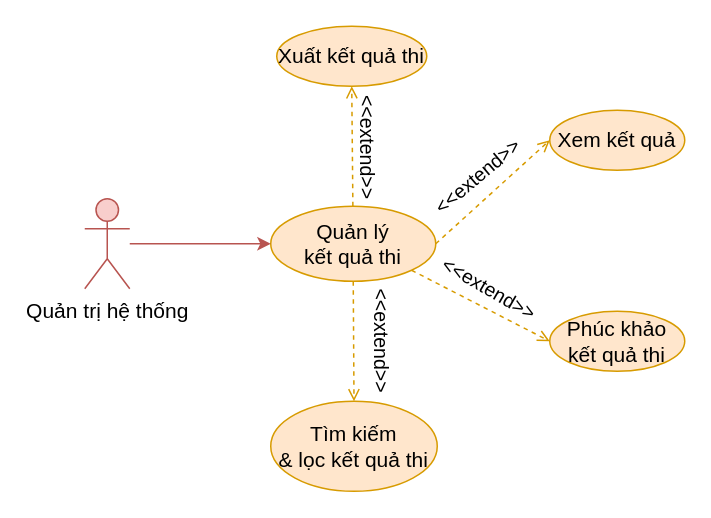
Before: document/temp/draw/usecase_phanra/usecase_quanlyketquathi.drawio in copecute/Edudex-Quiz, a draw.io diagram. Source tidied: cells renumbered, new cells numbered last; positions are measured from the earlier drawing's top-left corner, leaving out a move shared by most shapes. Both pictures are drawn from the tidied source at 150%, with x=0, y=0 at pixel (84, 26).
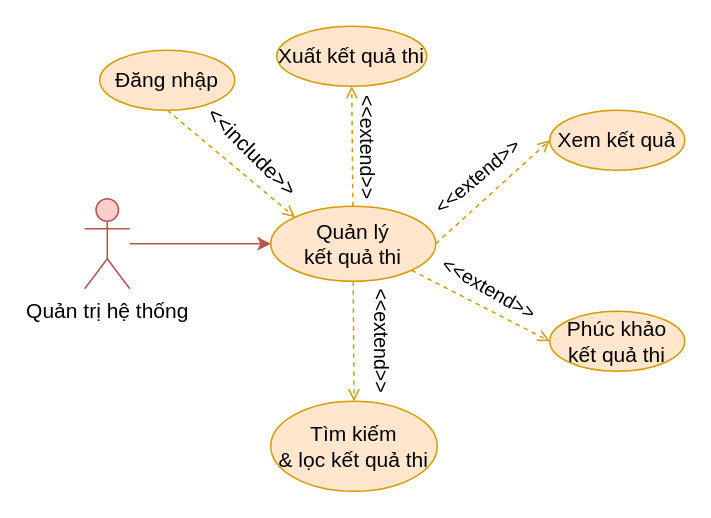
The same diagram, later.

The change refers to these unchanged cells:
```xml
<mxCell id="5" value="Quản lý&lt;br style=&quot;font-size: 14px;&quot;&gt;kết quả thi" style="ellipse;whiteSpace=wrap;html=1;fillColor=#ffe6cc;strokeColor=#d79b00;fontSize=14;" parent="1" vertex="1">
  <mxGeometry x="124" y="120" width="110" height="50" as="geometry" />
</mxCell>
```

Diff of the diagram source:
```diff
@@
+    <mxCell id="17" style="rounded=0;jettySize=auto;html=1;exitX=0.5;exitY=1;exitDx=0;exitDy=0;entryX=0;entryY=0;entryDx=0;entryDy=0;fillColor=#ffe6cc;strokeColor=#d79b00;endArrow=open;endFill=0;dashed=1;" parent="1" edge="1" source="18" target="5">
+      <mxGeometry relative="1" as="geometry" />
+    </mxCell>
+    <mxCell id="18" value="Đăng nhập" style="ellipse;whiteSpace=wrap;html=1;fillColor=#ffe6cc;strokeColor=#d79b00;fontSize=14;" parent="1" vertex="1">
+      <mxGeometry x="10" y="16" width="90" height="40" as="geometry" />
+    </mxCell>
+    <mxCell id="19" value="&lt;font&gt;&amp;lt;&amp;lt;include&amp;gt;&amp;gt;&lt;/font&gt;" style="text;html=1;strokeColor=none;fillColor=none;align=center;verticalAlign=middle;whiteSpace=wrap;rounded=0;rotation=45;fontSize=14;" parent="1" vertex="1">
+      <mxGeometry x="82" y="69" width="60" height="30" as="geometry" />
+    </mxCell>
```
